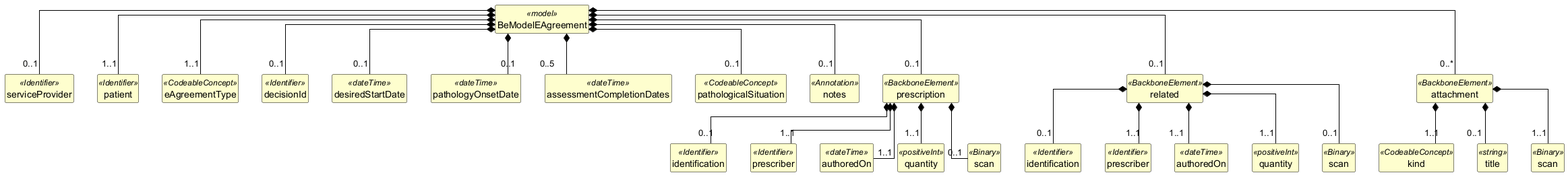
Earlier version of the PlantUML export exports/diagrams/BeModelEAgreement-uml.png (caresets/caresets-src).
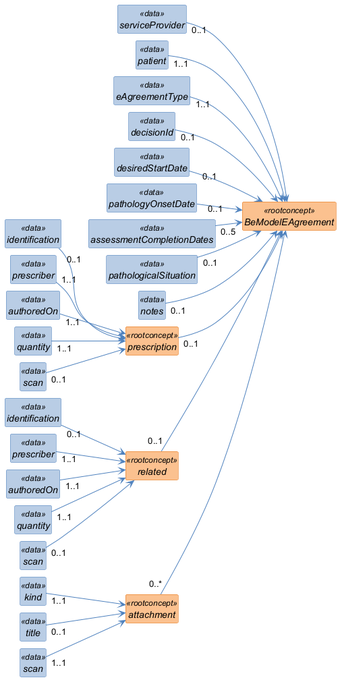
After the commit.

What changed in the source:
```diff
@@ -1,118 +1,125 @@
 @startuml
+left to right direction
 skinparam shadowing false
+skinparam nodesep 10
+skinparam ranksep 40
 skinparam classAttributeIconSize 0
-skinparam linetype ortho
 skinparam class {
-  BackgroundColor #FEFECE
-  BorderColor #000000
-  ArrowColor #000000
-  FontStyle bold
-  AttributeFontStyle normal
+  FontStyle italic
+  BackgroundColor<<rootconcept>> #FAC08F
+  BorderColor<<rootconcept>> #E36C0A
+  BackgroundColor<<data>> #B8CCE4
+  BorderColor<<data>> #4F81BD
+  BackgroundColor<<reference>> #D9D9D9
+  BorderColor<<reference>> #808080
+  BackgroundColor<<value set>> #C3D69B
+  BorderColor<<value set>> #77933C
+  ArrowColor #4F81BD
 }
 hide circle
 hide empty members
 
-class "BeModelEAgreement" as BeModelEAgreement <<model>> {
+class "BeModelEAgreement" as BeModelEAgreement <<rootconcept>> {
 }
 
-class "serviceProvider" as BeModelEAgreement_serviceProvider <<Identifier>> {
+class "serviceProvider" as BeModelEAgreement_serviceProvider <<data>> {
 }
 
-class "patient" as BeModelEAgreement_patient <<Identifier>> {
+class "patient" as BeModelEAgreement_patient <<data>> {
 }
 
-class "eAgreementType" as BeModelEAgreement_eAgreementType <<CodeableConcept>> {
+class "eAgreementType" as BeModelEAgreement_eAgreementType <<data>> {
 }
 
-class "decisionId" as BeModelEAgreement_decisionId <<Identifier>> {
+class "decisionId" as BeModelEAgreement_decisionId <<data>> {
 }
 
-class "desiredStartDate" as BeModelEAgreement_desiredStartDate <<dateTime>> {
+class "desiredStartDate" as BeModelEAgreement_desiredStartDate <<data>> {
 }
 
-class "pathologyOnsetDate" as BeModelEAgreement_pathologyOnsetDate <<dateTime>> {
+class "pathologyOnsetDate" as BeModelEAgreement_pathologyOnsetDate <<data>> {
 }
 
-class "assessmentCompletionDates" as BeModelEAgreement_assessmentCompletionDates <<dateTime>> {
+class "assessmentCompletionDates" as BeModelEAgreement_assessmentCompletionDates <<data>> {
 }
 
-class "pathologicalSituation" as BeModelEAgreement_pathologicalSituation <<CodeableConcept>> {
+class "pathologicalSituation" as BeModelEAgreement_pathologicalSituation <<data>> {
 }
 
-class "notes" as BeModelEAgreement_notes <<Annotation>> {
+class "notes" as BeModelEAgreement_notes <<data>> {
 }
 
-class "prescription" as BeModelEAgreement_prescription <<BackboneElement>> {
+class "prescription" as BeModelEAgreement_prescription <<rootconcept>> {
 }
 
-class "identification" as BeModelEAgreement_prescription_identification <<Identifier>> {
+class "identification" as BeModelEAgreement_prescription_identification <<data>> {
 }
 
-class "prescriber" as BeModelEAgreement_prescription_prescriber <<Identifier>> {
+class "prescriber" as BeModelEAgreement_prescription_prescriber <<data>> {
 }
 
-class "authoredOn" as BeModelEAgreement_prescription_authoredOn <<dateTime>> {
+class "authoredOn" as BeModelEAgreement_prescription_authoredOn <<data>> {
 }
 
-class "quantity" as BeModelEAgreement_prescription_quantity <<positiveInt>> {
+class "quantity" as BeModelEAgreement_prescription_quantity <<data>> {
 }
 
-class "scan" as BeModelEAgreement_prescription_scan <<Binary>> {
+class "scan" as BeModelEAgreement_prescription_scan <<data>> {
 }
 
-class "related" as BeModelEAgreement_related <<BackboneElement>> {
+class "related" as BeModelEAgreement_related <<rootconcept>> {
 }
 
-class "identification" as BeModelEAgreement_related_identification <<Identifier>> {
+class "identification" as BeModelEAgreement_related_identification <<data>> {
 }
 
-class "prescriber" as BeModelEAgreement_related_prescriber <<Identifier>> {
+class "prescriber" as BeModelEAgreement_related_prescriber <<data>> {
 }
 
-class "authoredOn" as BeModelEAgreement_related_authoredOn <<dateTime>> {
+class "authoredOn" as BeModelEAgreement_related_authoredOn <<data>> {
 }
 
-class "quantity" as BeModelEAgreement_related_quantity <<positiveInt>> {
+class "quantity" as BeModelEAgreement_related_quantity <<data>> {
 }
 
-class "scan" as BeModelEAgreement_related_scan <<Binary>> {
+class "scan" as BeModelEAgreement_related_scan <<data>> {
 }
 
-class "attachment" as BeModelEAgreement_attachment <<BackboneElement>> {
+class "attachment" as BeModelEAgreement_attachment <<rootconcept>> {
 }
 
-class "kind" as BeModelEAgreement_attachment_kind <<CodeableConcept>> {
+class "kind" as BeModelEAgreement_attachment_kind <<data>> {
 }
 
-class "title" as BeModelEAgreement_attachment_title <<string>> {
+class "title" as BeModelEAgreement_attachment_title <<data>> {
 }
 
-class "scan" as BeModelEAgreement_attachment_scan <<Binary>> {
+class "scan" as BeModelEAgreement_attachment_scan <<data>> {
 }
 
-BeModelEAgreement *-- "0..1" BeModelEAgreement_serviceProvider
-BeModelEAgreement *-- "1..1" BeModelEAgreement_patient
-BeModelEAgreement *-- "1..1" BeModelEAgreement_eAgreementType
-BeModelEAgreement *-- "0..1" BeModelEAgreement_decisionId
-BeModelEAgreement *-- "0..1" BeModelEAgreement_desiredStartDate
-BeModelEAgreement *-- "0..1" BeModelEAgreement_pathologyOnsetDate
-BeModelEAgreement *-- "0..5" BeModelEAgreement_assessmentCompletionDates
-BeModelEAgreement *-- "0..1" BeModelEAgreement_pathologicalSituation
-BeModelEAgreement *-- "0..1" BeModelEAgreement_notes
-BeModelEAgreement *-- "0..1" BeModelEAgreement_prescription
-BeModelEAgreement_prescription *-- "0..1" BeModelEAgreement_prescription_identification
-BeModelEAgreement_prescription *-- "1..1" BeModelEAgreement_prescription_prescriber
-BeModelEAgreement_prescription *-- "1..1" BeModelEAgreement_prescription_authoredOn
-BeModelEAgreement_prescription *-- "1..1" BeModelEAgreement_prescription_quantity
-BeModelEAgreement_prescription *-- "0..1" BeModelEAgreement_prescription_scan
-BeModelEAgreement *-- "0..1" BeModelEAgreement_related
-BeModelEAgreement_related *-- "0..1" BeModelEAgreement_related_identification
-BeModelEAgreement_related *-- "1..1" BeModelEAgreement_related_prescriber
-BeModelEAgreement_related *-- "1..1" BeModelEAgreement_related_authoredOn
-BeModelEAgreement_related *-- "1..1" BeModelEAgreement_related_quantity
-BeModelEAgreement_related *-- "0..1" BeModelEAgreement_related_scan
-BeModelEAgreement *-- "0..*" BeModelEAgreement_attachment
-BeModelEAgreement_attachment *-- "1..1" BeModelEAgreement_attachment_kind
-BeModelEAgreement_attachment *-- "0..1" BeModelEAgreement_attachment_title
-BeModelEAgreement_attachment *-- "1..1" BeModelEAgreement_attachment_scan
+BeModelEAgreement_serviceProvider "0..1" --> BeModelEAgreement
+BeModelEAgreement_patient "1..1" --> BeModelEAgreement
+BeModelEAgreement_eAgreementType "1..1" --> BeModelEAgreement
+BeModelEAgreement_decisionId "0..1" --> BeModelEAgreement
+BeModelEAgreement_desiredStartDate "0..1" --> BeModelEAgreement
+BeModelEAgreement_pathologyOnsetDate "0..1" --> BeModelEAgreement
+BeModelEAgreement_assessmentCompletionDates "0..5" --> BeModelEAgreement
+BeModelEAgreement_pathologicalSituation "0..1" --> BeModelEAgreement
+BeModelEAgreement_notes "0..1" --> BeModelEAgreement
+BeModelEAgreement_prescription "0..1" --> BeModelEAgreement
+BeModelEAgreement_prescription_identification "0..1" --> BeModelEAgreement_prescription
+BeModelEAgreement_prescription_prescriber "1..1" --> BeModelEAgreement_prescription
+BeModelEAgreement_prescription_authoredOn "1..1" --> BeModelEAgreement_prescription
+BeModelEAgreement_prescription_quantity "1..1" --> BeModelEAgreement_prescription
+BeModelEAgreement_prescription_scan "0..1" --> BeModelEAgreement_prescription
+BeModelEAgreement_related "0..1" --> BeModelEAgreement
+BeModelEAgreement_related_identification "0..1" --> BeModelEAgreement_related
+BeModelEAgreement_related_prescriber "1..1" --> BeModelEAgreement_related
+BeModelEAgreement_related_authoredOn "1..1" --> BeModelEAgreement_related
+BeModelEAgreement_related_quantity "1..1" --> BeModelEAgreement_related
+BeModelEAgreement_related_scan "0..1" --> BeModelEAgreement_related
+BeModelEAgreement_attachment "0..*" --> BeModelEAgreement
+BeModelEAgreement_attachment_kind "1..1" --> BeModelEAgreement_attachment
+BeModelEAgreement_attachment_title "0..1" --> BeModelEAgreement_attachment
+BeModelEAgreement_attachment_scan "1..1" --> BeModelEAgreement_attachment
 @enduml
```
